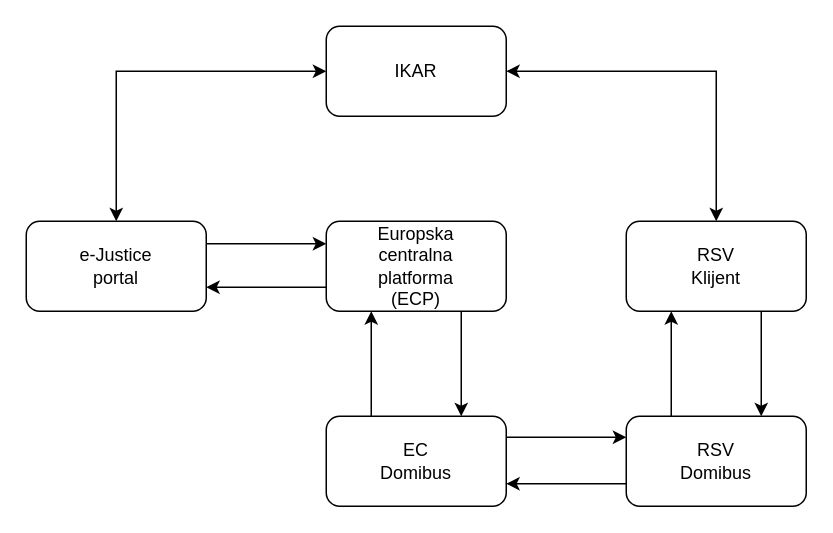
Earlier version of the draw.io diagram koraci.drawio (augarkovic/boris-nias). Source tidied: cells renumbered, new cells numbered last; positions are measured from the earlier drawing's top-left corner, leaving out a move shared by most shapes. Both pictures are drawn from the tidied source at 150%, with x=0, y=0 at pixel (26, 26).
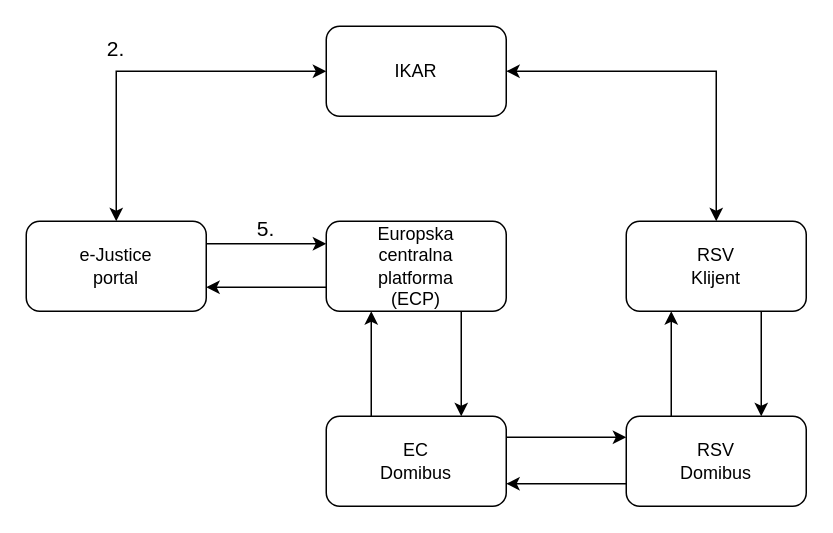
The same diagram, later.

Change to the diagram source:
```diff
@@
+    <mxCell id="24" value="&lt;font style=&quot;font-size: 14px;&quot;&gt;2.&lt;/font&gt;" style="text;html=1;align=center;verticalAlign=middle;whiteSpace=wrap;rounded=0;" parent="1" vertex="1">
+      <mxGeometry x="30" width="60" height="30" as="geometry" />
+    </mxCell>
+    <mxCell id="25" value="&lt;font style=&quot;font-size: 14px;&quot;&gt;5.&lt;/font&gt;" style="text;html=1;align=center;verticalAlign=middle;whiteSpace=wrap;rounded=0;" parent="1" vertex="1">
+      <mxGeometry x="130" y="120" width="60" height="30" as="geometry" />
+    </mxCell>
```
